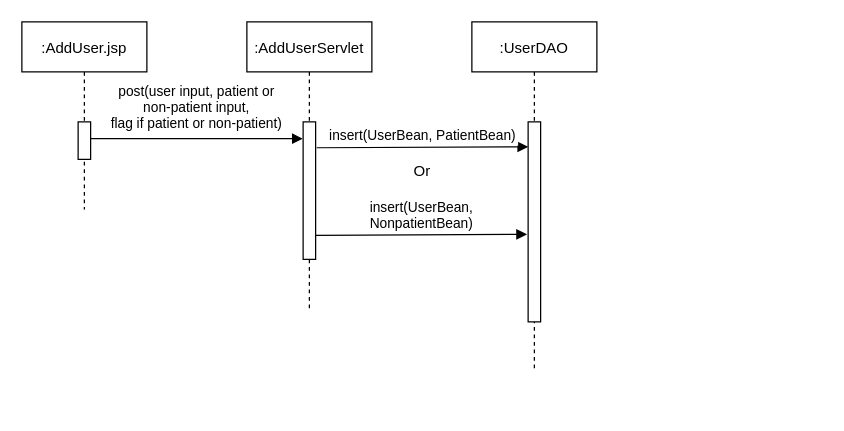
empty-works/plain-emrs-no-fw keeps this draw.io diagram as diagrams/AddUserSequence.drawio. Above is the earlier version. Source tidied: cells renumbered, new cells numbered last; positions are measured from the earlier drawing's top-left corner, leaving out a move shared by most shapes. Both pictures are drawn from the tidied source at 125%, with x=0, y=0 at pixel (21, 21).
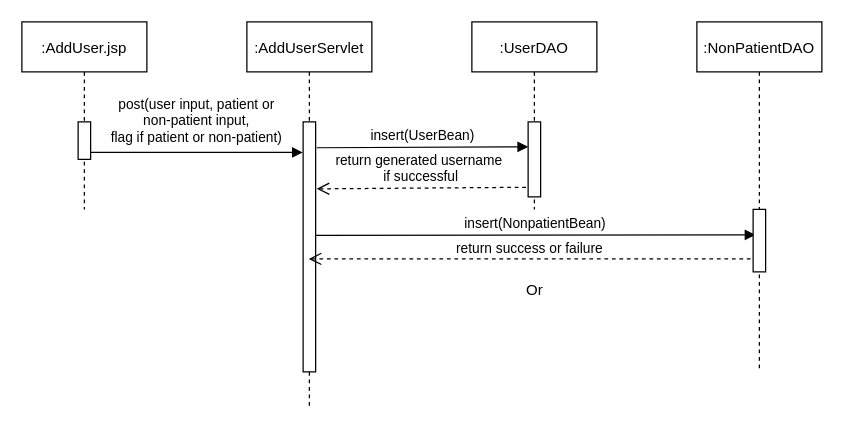
The same page after the edit.

Commit message:
Update AddUserSequence.drawio. Input into UserDAO and result. Input into NonPatientDAO and result.

Change to the diagram source:
```diff
@@
 <mxGraphModel>
   <root>
     <mxCell id="0" />
     <mxCell id="1" parent="0" />
     <mxCell id="2" value=":AddUser.jsp" style="shape=umlLifeline;perimeter=lifelinePerimeter;rounded=0;shadow=0;strokeWidth=1;" parent="1" vertex="1">
       <mxGeometry width="100" height="150" as="geometry" />
     </mxCell>
     <mxCell id="3" style="points=[];perimeter=orthogonalPerimeter;rounded=0;shadow=0;strokeWidth=1;" parent="2" vertex="1">
       <mxGeometry x="45" y="80" width="10" height="30" as="geometry" />
     </mxCell>
     <mxCell id="4" value=":AddUserServlet" style="shape=umlLifeline;perimeter=lifelinePerimeter;rounded=0;shadow=0;strokeWidth=1;" parent="1" vertex="1">
-      <mxGeometry x="180" width="100" height="230" as="geometry" />
+      <mxGeometry x="180" width="100" height="310" as="geometry" />
     </mxCell>
     <mxCell id="5" style="points=[];perimeter=orthogonalPerimeter;rounded=0;shadow=0;strokeWidth=1;" parent="4" vertex="1">
-      <mxGeometry x="45" y="80" width="10" height="110" as="geometry" />
+      <mxGeometry x="45" y="80" width="10" height="200" as="geometry" />
     </mxCell>
     <mxCell id="6" value="post(user input, patient or &#10;non-patient input, &#10;flag if patient or non-patient)" style="verticalAlign=bottom;endArrow=block;entryX=-0.029;entryY=0.122;shadow=0;strokeWidth=1;entryDx=0;entryDy=0;entryPerimeter=0;" parent="1" edge="1" source="3" target="5">
       <mxGeometry y="3" relative="1" as="geometry" />
     </mxCell>
     <mxCell id="7" value=":UserDAO" style="shape=umlLifeline;perimeter=lifelinePerimeter;rounded=0;shadow=0;strokeWidth=1;" parent="1" vertex="1">
-      <mxGeometry x="360" width="100" height="280" as="geometry" />
+      <mxGeometry x="360" width="100" height="150" as="geometry" />
     </mxCell>
     <mxCell id="8" style="points=[];perimeter=orthogonalPerimeter;rounded=0;shadow=0;strokeWidth=1;" parent="7" vertex="1">
-      <mxGeometry x="45" y="80" width="10" height="160" as="geometry" />
+      <mxGeometry x="45" y="80" width="10" height="60" as="geometry" />
     </mxCell>
-    <mxCell id="9" value="insert(UserBean, PatientBean)" style="verticalAlign=bottom;endArrow=block;entryX=-0.029;entryY=0.122;shadow=0;strokeWidth=1;exitX=1.057;exitY=0.159;exitDx=0;exitDy=0;exitPerimeter=0;entryDx=0;entryDy=0;entryPerimeter=0;" parent="7" edge="1">
+    <mxCell id="9" value="insert(UserBean)" style="verticalAlign=bottom;endArrow=block;entryX=-0.029;entryY=0.122;shadow=0;strokeWidth=1;exitX=1.057;exitY=0.159;exitDx=0;exitDy=0;exitPerimeter=0;entryDx=0;entryDy=0;entryPerimeter=0;" parent="7" edge="1">
       <mxGeometry relative="1" as="geometry">
         <mxPoint x="-124.1" y="100.7" as="sourcePoint" />
         <mxPoint x="45" y="100" as="targetPoint" />
       </mxGeometry>
     </mxCell>
     <mxCell id="10" value="Or" style="text;html=1;align=center;verticalAlign=middle;strokeColor=none;fillColor=none;" parent="1" vertex="1">
-      <mxGeometry x="300" y="105" width="40" height="30" as="geometry" />
+      <mxGeometry x="390" y="200" width="40" height="30" as="geometry" />
     </mxCell>
-    <mxCell id="11" value="insert(UserBean, &#10;NonpatientBean)" style="verticalAlign=bottom;endArrow=block;entryX=-0.029;entryY=0.122;shadow=0;strokeWidth=1;exitX=1.057;exitY=0.159;exitDx=0;exitDy=0;exitPerimeter=0;entryDx=0;entryDy=0;entryPerimeter=0;" parent="1" edge="1">
+    <mxCell id="11" value="insert(NonpatientBean)" style="verticalAlign=bottom;endArrow=block;shadow=0;strokeWidth=1;exitX=1.057;exitY=0.159;exitDx=0;exitDy=0;exitPerimeter=0;entryX=0.185;entryY=0.408;entryDx=0;entryDy=0;entryPerimeter=0;" parent="1" edge="1" target="14">
       <mxGeometry relative="1" as="geometry">
         <mxPoint x="235" y="170.7" as="sourcePoint" />
-        <mxPoint x="404.1" y="170" as="targetPoint" />
       </mxGeometry>
     </mxCell>
+    <mxCell id="12" value="return generated username&amp;nbsp;&lt;br&gt;if successful" style="html=1;verticalAlign=bottom;endArrow=open;dashed=1;endSize=8;rounded=0;exitX=-0.17;exitY=0.872;exitDx=0;exitDy=0;exitPerimeter=0;entryX=1.087;entryY=0.268;entryDx=0;entryDy=0;entryPerimeter=0;" parent="1" edge="1" source="8" target="5">
+      <mxGeometry relative="1" as="geometry" />
+    </mxCell>
+    <mxCell id="13" value=":NonPatientDAO" style="shape=umlLifeline;perimeter=lifelinePerimeter;rounded=0;shadow=0;strokeWidth=1;" parent="1" vertex="1">
+      <mxGeometry x="540" width="100" height="280" as="geometry" />
+    </mxCell>
+    <mxCell id="14" style="points=[];perimeter=orthogonalPerimeter;rounded=0;shadow=0;strokeWidth=1;" parent="13" vertex="1">
+      <mxGeometry x="45" y="150" width="10" height="50" as="geometry" />
+    </mxCell>
+    <mxCell id="15" value="return success or failure" style="html=1;verticalAlign=bottom;endArrow=open;dashed=1;endSize=8;rounded=0;exitX=-0.199;exitY=0.792;exitDx=0;exitDy=0;exitPerimeter=0;" parent="1" edge="1" source="14" target="4">
+      <mxGeometry relative="1" as="geometry" />
+    </mxCell>
   </root>
 </mxGraphModel>
```
